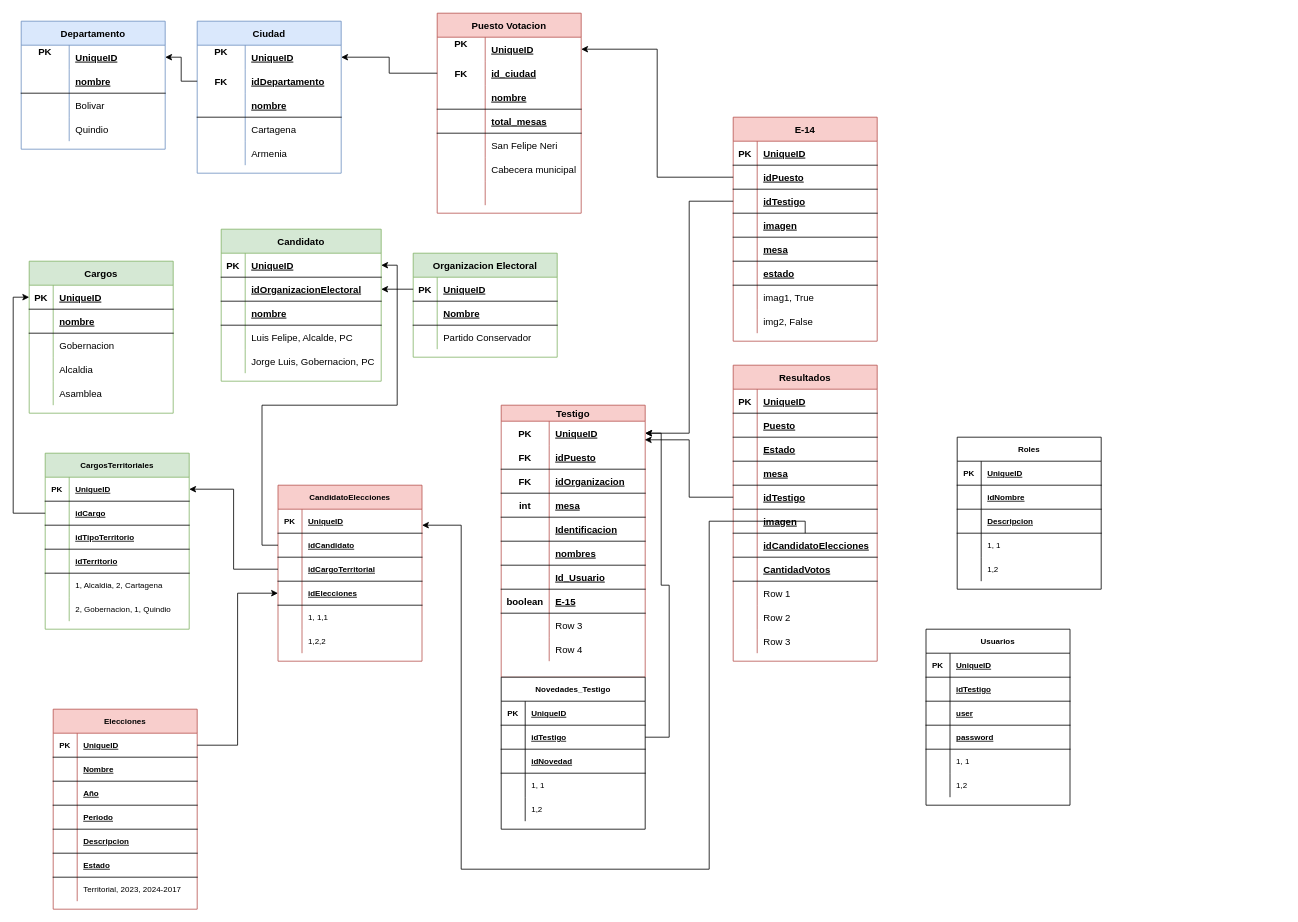
Before: page "Modelo E-R" (2 of 6) of docs/Testigos Electorales.drawio in jlchavarriaga/TestigosElectorales, a draw.io diagram. Source tidied: cells renumbered, new cells numbered last; positions are measured from the earlier drawing's top-left corner, leaving out a move shared by most shapes. Both pictures are drawn from the tidied source at 80%, with x=0, y=0 at pixel (21, 13).
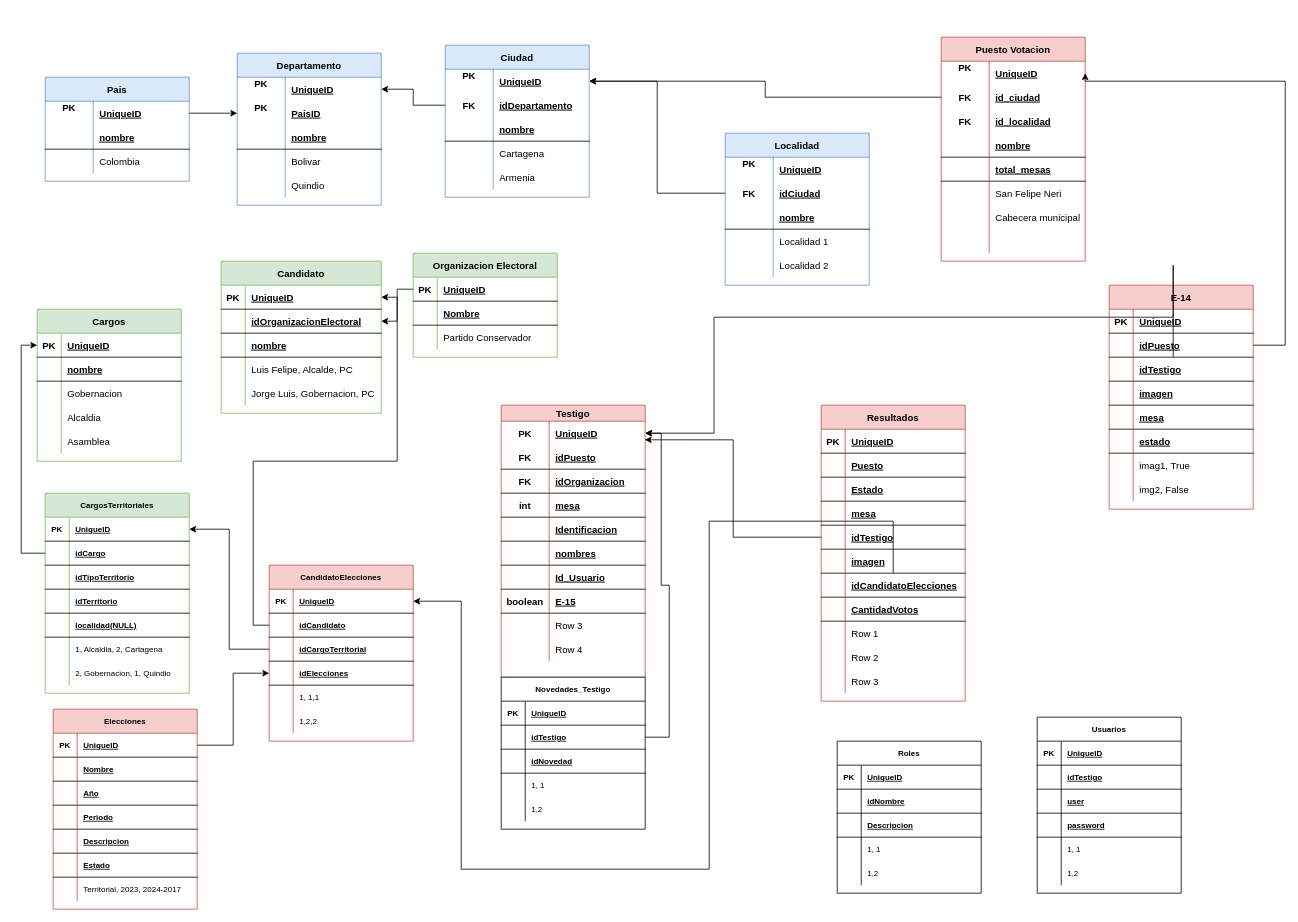
The same page after the edit.

Unchanged cells that the change refers to:
```xml
<mxCell id="26" style="shape=tableRow;horizontal=0;startSize=0;swimlaneHead=0;swimlaneBody=0;fillColor=none;points=[[0,0.5],[1,0.5]];portConstraint=eastwest;top=0;left=0;right=0;bottom=0;" parent="25" vertex="1">
  <mxGeometry y="30" width="180" height="30" as="geometry" />
</mxCell>
<mxCell id="43" style="shape=tableRow;horizontal=0;startSize=0;swimlaneHead=0;swimlaneBody=0;fillColor=none;points=[[0,0.5],[1,0.5]];portConstraint=eastwest;top=0;left=0;right=0;bottom=0;" parent="42" vertex="1">
  <mxGeometry y="30" width="180" height="30" as="geometry" />
</mxCell>
<mxCell id="69" style="shape=tableRow;horizontal=0;startSize=0;swimlaneHead=0;swimlaneBody=0;fillColor=none;points=[[0,0.5],[1,0.5]];portConstraint=eastwest;top=0;left=0;right=0;bottom=1;" parent="65" vertex="1">
  <mxGeometry y="60" width="180" height="30" as="geometry" />
</mxCell>
<mxCell id="72" style="shape=tableRow;horizontal=0;startSize=0;swimlaneHead=0;swimlaneBody=0;fillColor=none;points=[[0,0.5],[1,0.5]];portConstraint=eastwest;top=0;left=0;right=0;bottom=1;" parent="65" vertex="1">
  <mxGeometry y="90" width="180" height="30" as="geometry" />
</mxCell>
<mxCell id="124" style="shape=tableRow;horizontal=0;startSize=0;swimlaneHead=0;swimlaneBody=0;fillColor=none;points=[[0,0.5],[1,0.5]];portConstraint=eastwest;top=0;left=0;right=0;bottom=0;fontColor=#000000;" parent="123" vertex="1">
  <mxGeometry y="20" width="180" height="30" as="geometry" />
</mxCell>
```

Diff of the diagram source:
```diff
@@
     <mxCell id="12" value="Departamento" style="shape=table;startSize=30;childLayout=tableLayout;rowLines=0;fontStyle=1;align=center;fillColor=#dae8fc;strokeColor=#6c8ebf;" parent="1" vertex="1">
-      <mxGeometry y="10" width="180" height="160" as="geometry" />
+      <mxGeometry x="270" y="50" width="180" height="190" as="geometry" />
     </mxCell>
@@
+    <mxCell id="309" style="shape=tableRow;horizontal=0;startSize=0;swimlaneHead=0;swimlaneBody=0;fillColor=none;points=[[0,0.5],[1,0.5]];portConstraint=eastwest;top=0;left=0;right=0;bottom=0;" parent="12" vertex="1">
+      <mxGeometry y="60" width="180" height="30" as="geometry" />
+    </mxCell>
+    <mxCell id="310" value="PK&#10;" style="shape=partialRectangle;fillColor=none;top=0;left=0;bottom=0;right=0;fontStyle=1;overflow=hidden;" parent="309" vertex="1">
+      <mxGeometry width="60" height="30" as="geometry" />
+    </mxCell>
+    <mxCell id="311" value="PaisID" style="shape=partialRectangle;fillColor=none;top=0;left=0;bottom=0;right=0;align=left;spacingLeft=6;fontStyle=5;overflow=hidden;" parent="309" vertex="1">
+      <mxGeometry x="60" width="120" height="30" as="geometry" />
+    </mxCell>
     <mxCell id="16" style="shape=tableRow;horizontal=0;startSize=0;swimlaneHead=0;swimlaneBody=0;fillColor=none;top=0;left=0;right=0;bottom=1;" parent="12" vertex="1">
-      <mxGeometry y="60" width="180" height="30" as="geometry" />
+      <mxGeometry y="90" width="180" height="30" as="geometry" />
     </mxCell>
@@
     <mxCell id="19" style="shape=tableRow;horizontal=0;startSize=0;swimlaneHead=0;swimlaneBody=0;fillColor=none;top=0;left=0;right=0;bottom=0;" parent="12" vertex="1">
-      <mxGeometry y="90" width="180" height="30" as="geometry" />
+      <mxGeometry y="120" width="180" height="30" as="geometry" />
     </mxCell>
@@
     <mxCell id="22" style="shape=tableRow;horizontal=0;startSize=0;swimlaneHead=0;swimlaneBody=0;fillColor=none;top=0;left=0;right=0;bottom=0;" parent="12" vertex="1">
-      <mxGeometry y="120" width="180" height="30" as="geometry" />
+      <mxGeometry y="150" width="180" height="30" as="geometry" />
     </mxCell>
@@
     <mxCell id="25" value="Ciudad" style="shape=table;startSize=30;childLayout=tableLayout;rowLines=0;fontStyle=1;align=center;fillColor=#dae8fc;strokeColor=#6c8ebf;" parent="1" vertex="1">
-      <mxGeometry x="220" y="10" width="180" height="190" as="geometry" />
+      <mxGeometry x="530" y="40" width="180" height="190" as="geometry" />
     </mxCell>
@@
     <mxCell id="42" value="Puesto Votacion" style="shape=table;startSize=30;childLayout=tableLayout;rowLines=0;fontStyle=1;align=center;fillColor=#f8cecc;strokeColor=#b85450;" parent="1" vertex="1">
-      <mxGeometry x="520" width="180" height="250" as="geometry" />
+      <mxGeometry x="1150" y="30" width="180" height="280" as="geometry" />
     </mxCell>
@@
+    <mxCell id="312" style="shape=tableRow;horizontal=0;startSize=0;swimlaneHead=0;swimlaneBody=0;fillColor=none;top=0;left=0;right=0;bottom=0;" parent="42" vertex="1">
+      <mxGeometry y="90" width="180" height="30" as="geometry" />
+    </mxCell>
+    <mxCell id="313" value="FK" style="shape=partialRectangle;fillColor=none;top=0;left=0;bottom=0;right=0;fontStyle=1;overflow=hidden;" parent="312" vertex="1">
+      <mxGeometry width="60" height="30" as="geometry" />
+    </mxCell>
+    <mxCell id="314" value="id_localidad" style="shape=partialRectangle;fillColor=none;top=0;left=0;bottom=0;right=0;align=left;spacingLeft=6;fontStyle=5;overflow=hidden;" parent="312" vertex="1">
+      <mxGeometry x="60" width="120" height="30" as="geometry" />
+    </mxCell>
     <mxCell id="49" style="shape=tableRow;horizontal=0;startSize=0;swimlaneHead=0;swimlaneBody=0;fillColor=none;top=0;left=0;right=0;bottom=1;" parent="42" vertex="1">
-      <mxGeometry y="90" width="180" height="30" as="geometry" />
+      <mxGeometry y="120" width="180" height="30" as="geometry" />
     </mxCell>
@@
     <mxCell id="52" style="shape=tableRow;horizontal=0;startSize=0;swimlaneHead=0;swimlaneBody=0;fillColor=none;top=0;left=0;right=0;bottom=1;" parent="42" vertex="1">
-      <mxGeometry y="120" width="180" height="30" as="geometry" />
+      <mxGeometry y="150" width="180" height="30" as="geometry" />
     </mxCell>
@@
     <mxCell id="55" style="shape=tableRow;horizontal=0;startSize=0;swimlaneHead=0;swimlaneBody=0;fillColor=none;top=0;left=0;right=0;bottom=0;" parent="42" vertex="1">
-      <mxGeometry y="150" width="180" height="30" as="geometry" />
+      <mxGeometry y="180" width="180" height="30" as="geometry" />
     </mxCell>
@@
     <mxCell id="58" style="shape=tableRow;horizontal=0;startSize=0;swimlaneHead=0;swimlaneBody=0;fillColor=none;top=0;left=0;right=0;bottom=0;" parent="42" vertex="1">
-      <mxGeometry y="180" width="180" height="30" as="geometry" />
+      <mxGeometry y="210" width="180" height="30" as="geometry" />
     </mxCell>
@@
     <mxCell id="61" style="shape=tableRow;horizontal=0;startSize=0;swimlaneHead=0;swimlaneBody=0;fillColor=none;top=0;left=0;right=0;bottom=0;" parent="42" vertex="1">
-      <mxGeometry y="210" width="180" height="30" as="geometry" />
+      <mxGeometry y="240" width="180" height="30" as="geometry" />
     </mxCell>
@@
     <mxCell id="65" value="E-14" style="shape=table;startSize=30;childLayout=tableLayout;rowLines=0;fontStyle=1;align=center;fillColor=#f8cecc;strokeColor=#b85450;" parent="1" vertex="1">
-      <mxGeometry x="890" y="130" width="180" height="280" as="geometry" />
+      <mxGeometry x="1360" y="340" width="180" height="280" as="geometry" />
     </mxCell>
@@
     <mxCell id="90" value="Cargos" style="shape=table;startSize=30;childLayout=tableLayout;rowLines=0;fontStyle=1;align=center;fillColor=#d5e8d4;strokeColor=#82b366;" parent="1" vertex="1">
-      <mxGeometry x="10" y="310" width="180" height="190" as="geometry" />
+      <mxGeometry x="20" y="370" width="180" height="190" as="geometry" />
     </mxCell>
@@
     <mxCell id="106" value="Candidato" style="shape=table;startSize=30;childLayout=tableLayout;rowLines=0;fontStyle=1;align=center;fillColor=#d5e8d4;strokeColor=#82b366;" parent="1" vertex="1">
-      <mxGeometry x="250" y="270" width="200" height="190" as="geometry" />
+      <mxGeometry x="250" y="310" width="200" height="190" as="geometry" />
     </mxCell>
@@
     <mxCell id="154" style="edgeStyle=orthogonalEdgeStyle;rounded=0;jettySize=auto;html=1;fontColor=#000000;" parent="1" edge="1" source="72" target="124">
-      <mxGeometry relative="1" as="geometry" />
+      <mxGeometry relative="1" as="geometry">
+        <Array as="points">
+          <mxPoint x="1440" y="315" />
+          <mxPoint x="1440" y="380" />
+          <mxPoint x="866" y="380" />
+          <mxPoint x="866" y="525" />
+        </Array>
+      </mxGeometry>
     </mxCell>
     <mxCell id="155" style="edgeStyle=orthogonalEdgeStyle;rounded=0;jettySize=auto;html=1;entryX=1;entryY=0.5;entryDx=0;entryDy=0;fontColor=#000000;" parent="1" edge="1" source="69" target="43">
-      <mxGeometry relative="1" as="geometry" />
+      <mxGeometry relative="1" as="geometry">
+        <Array as="points">
+          <mxPoint x="1580" y="415" />
+          <mxPoint x="1580" y="85" />
+        </Array>
+      </mxGeometry>
     </mxCell>
     <mxCell id="156" value="Resultados" style="shape=table;startSize=30;childLayout=tableLayout;rowLines=0;fontStyle=1;align=center;fillColor=#f8cecc;strokeColor=#b85450;" parent="1" vertex="1">
-      <mxGeometry x="890" y="440" width="180" height="370" as="geometry" />
+      <mxGeometry x="1000" y="490" width="180" height="370" as="geometry" />
     </mxCell>
@@
     <mxCell id="191" value="CargosTerritoriales" style="shape=table;startSize=30;childLayout=tableLayout;rowLines=0;fontStyle=1;align=center;fontSize=10;fillColor=#d5e8d4;strokeColor=#82b366;" parent="1" vertex="1">
-      <mxGeometry x="30" y="550" width="180" height="220" as="geometry" />
+      <mxGeometry x="30" y="600" width="180" height="250" as="geometry" />
     </mxCell>
@@
+    <mxCell id="315" style="shape=tableRow;horizontal=0;startSize=0;swimlaneHead=0;swimlaneBody=0;fillColor=none;top=0;left=0;right=0;bottom=1;fontSize=10;fontColor=#000000;" parent="191" vertex="1">
+      <mxGeometry y="150" width="180" height="30" as="geometry" />
+    </mxCell>
+    <mxCell id="316" style="shape=partialRectangle;fillColor=none;top=0;left=0;bottom=0;right=0;fontStyle=1;overflow=hidden;fontSize=10;fontColor=#000000;" parent="315" vertex="1">
+      <mxGeometry width="30" height="30" as="geometry" />
+    </mxCell>
+    <mxCell id="317" value="localidad(NULL)" style="shape=partialRectangle;fillColor=none;top=0;left=0;bottom=0;right=0;align=left;spacingLeft=6;fontStyle=5;overflow=hidden;fontSize=10;fontColor=#000000;" parent="315" vertex="1">
+      <mxGeometry x="30" width="150" height="30" as="geometry" />
+    </mxCell>
     <mxCell id="204" style="shape=tableRow;horizontal=0;startSize=0;swimlaneHead=0;swimlaneBody=0;fillColor=none;top=0;left=0;right=0;bottom=0;fontSize=10;fontColor=#000000;" parent="191" vertex="1">
-      <mxGeometry y="150" width="180" height="30" as="geometry" />
+      <mxGeometry y="180" width="180" height="30" as="geometry" />
     </mxCell>
@@
     <mxCell id="207" style="shape=tableRow;horizontal=0;startSize=0;swimlaneHead=0;swimlaneBody=0;fillColor=none;top=0;left=0;right=0;bottom=0;fontSize=10;fontColor=#000000;" parent="191" vertex="1">
-      <mxGeometry y="180" width="180" height="30" as="geometry" />
+      <mxGeometry y="210" width="180" height="30" as="geometry" />
     </mxCell>
@@
     <mxCell id="210" value="CandidatoElecciones" style="shape=table;startSize=30;childLayout=tableLayout;rowLines=0;fontStyle=1;align=center;fontSize=10;fillColor=#f8cecc;strokeColor=#b85450;" parent="1" vertex="1">
-      <mxGeometry x="321" y="590" width="180" height="220" as="geometry" />
+      <mxGeometry x="310" y="690" width="180" height="220" as="geometry" />
     </mxCell>
@@
     <mxCell id="251" value="Usuarios" style="shape=table;startSize=30;childLayout=tableLayout;rowLines=0;fontStyle=1;align=center;fontSize=10;fontColor=#000000;" parent="1" vertex="1">
-      <mxGeometry x="1131" y="770" width="180" height="220" as="geometry" />
+      <mxGeometry x="1270" y="880" width="180" height="220" as="geometry" />
     </mxCell>
@@
     <mxCell id="270" value="Roles" style="shape=table;startSize=30;childLayout=tableLayout;rowLines=0;fontStyle=1;align=center;fontSize=10;fontColor=#000000;" parent="1" vertex="1">
-      <mxGeometry x="1170" y="530" width="180" height="190" as="geometry" />
+      <mxGeometry x="1020" y="910" width="180" height="190" as="geometry" />
     </mxCell>
@@
+    <mxCell id="318" value="Pais" style="shape=table;startSize=30;childLayout=tableLayout;rowLines=0;fontStyle=1;align=center;fillColor=#dae8fc;strokeColor=#6c8ebf;" parent="1" vertex="1">
+      <mxGeometry x="30" y="80" width="180" height="130" as="geometry" />
+    </mxCell>
+    <mxCell id="319" style="shape=tableRow;horizontal=0;startSize=0;swimlaneHead=0;swimlaneBody=0;fillColor=none;points=[[0,0.5],[1,0.5]];portConstraint=eastwest;top=0;left=0;right=0;bottom=0;" parent="318" vertex="1">
+      <mxGeometry y="30" width="180" height="30" as="geometry" />
+    </mxCell>
+    <mxCell id="320" value="PK&#10;" style="shape=partialRectangle;fillColor=none;top=0;left=0;bottom=0;right=0;fontStyle=1;overflow=hidden;" parent="319" vertex="1">
+      <mxGeometry width="60" height="30" as="geometry" />
+    </mxCell>
+    <mxCell id="321" value="UniqueID" style="shape=partialRectangle;fillColor=none;top=0;left=0;bottom=0;right=0;align=left;spacingLeft=6;fontStyle=5;overflow=hidden;" parent="319" vertex="1">
+      <mxGeometry x="60" width="120" height="30" as="geometry" />
+    </mxCell>
+    <mxCell id="322" style="shape=tableRow;horizontal=0;startSize=0;swimlaneHead=0;swimlaneBody=0;fillColor=none;top=0;left=0;right=0;bottom=1;" parent="318" vertex="1">
+      <mxGeometry y="60" width="180" height="30" as="geometry" />
+    </mxCell>
+    <mxCell id="323" style="shape=partialRectangle;fillColor=none;top=0;left=0;bottom=0;right=0;fontStyle=1;overflow=hidden;" parent="322" vertex="1">
+      <mxGeometry width="60" height="30" as="geometry" />
+    </mxCell>
+    <mxCell id="324" value="nombre" style="shape=partialRectangle;fillColor=none;top=0;left=0;bottom=0;right=0;align=left;spacingLeft=6;fontStyle=5;overflow=hidden;" parent="322" vertex="1">
+      <mxGeometry x="60" width="120" height="30" as="geometry" />
+    </mxCell>
+    <mxCell id="325" style="shape=tableRow;horizontal=0;startSize=0;swimlaneHead=0;swimlaneBody=0;fillColor=none;top=0;left=0;right=0;bottom=0;" parent="318" vertex="1">
+      <mxGeometry y="90" width="180" height="30" as="geometry" />
+    </mxCell>
+    <mxCell id="326" style="shape=partialRectangle;fillColor=none;top=0;left=0;bottom=0;right=0;overflow=hidden;" parent="325" vertex="1">
+      <mxGeometry width="60" height="30" as="geometry" />
+    </mxCell>
+    <mxCell id="327" value="Colombia" style="shape=partialRectangle;fillColor=none;top=0;left=0;bottom=0;right=0;align=left;spacingLeft=6;overflow=hidden;" parent="325" vertex="1">
+      <mxGeometry x="60" width="120" height="30" as="geometry" />
+    </mxCell>
+    <mxCell id="328" style="edgeStyle=orthogonalEdgeStyle;rounded=0;jettySize=auto;html=1;entryX=0;entryY=0.5;entryDx=0;entryDy=0;" parent="1" edge="1" source="319" target="309">
+      <mxGeometry relative="1" as="geometry" />
+    </mxCell>
+    <mxCell id="329" value="Localidad" style="shape=table;startSize=30;childLayout=tableLayout;rowLines=0;fontStyle=1;align=center;fillColor=#dae8fc;strokeColor=#6c8ebf;" parent="1" vertex="1">
+      <mxGeometry x="880" y="150" width="180" height="190" as="geometry" />
+    </mxCell>
+    <mxCell id="330" style="shape=tableRow;horizontal=0;startSize=0;swimlaneHead=0;swimlaneBody=0;fillColor=none;top=0;left=0;right=0;bottom=0;" parent="329" vertex="1">
+      <mxGeometry y="30" width="180" height="30" as="geometry" />
+    </mxCell>
+    <mxCell id="331" value="PK&#10;" style="shape=partialRectangle;fillColor=none;top=0;left=0;bottom=0;right=0;fontStyle=1;overflow=hidden;" parent="330" vertex="1">
+      <mxGeometry width="60" height="30" as="geometry" />
+    </mxCell>
+    <mxCell id="332" value="UniqueID" style="shape=partialRectangle;fillColor=none;top=0;left=0;bottom=0;right=0;align=left;spacingLeft=6;fontStyle=5;overflow=hidden;" parent="330" vertex="1">
+      <mxGeometry x="60" width="120" height="30" as="geometry" />
+    </mxCell>
+    <mxCell id="333" style="shape=tableRow;horizontal=0;startSize=0;swimlaneHead=0;swimlaneBody=0;fillColor=none;points=[[0,0.5],[1,0.5]];portConstraint=eastwest;top=0;left=0;right=0;bottom=0;" parent="329" vertex="1">
+      <mxGeometry y="60" width="180" height="30" as="geometry" />
+    </mxCell>
+    <mxCell id="334" value="FK" style="shape=partialRectangle;fillColor=none;top=0;left=0;bottom=0;right=0;fontStyle=1;overflow=hidden;" parent="333" vertex="1">
+      <mxGeometry width="60" height="30" as="geometry" />
+    </mxCell>
+    <mxCell id="335" value="idCiudad" style="shape=partialRectangle;fillColor=none;top=0;left=0;bottom=0;right=0;align=left;spacingLeft=6;fontStyle=5;overflow=hidden;" parent="333" vertex="1">
+      <mxGeometry x="60" width="120" height="30" as="geometry" />
+    </mxCell>
+    <mxCell id="336" style="shape=tableRow;horizontal=0;startSize=0;swimlaneHead=0;swimlaneBody=0;fillColor=none;top=0;left=0;right=0;bottom=1;" parent="329" vertex="1">
+      <mxGeometry y="90" width="180" height="30" as="geometry" />
+    </mxCell>
+    <mxCell id="337" style="shape=partialRectangle;fillColor=none;top=0;left=0;bottom=0;right=0;fontStyle=1;overflow=hidden;" parent="336" vertex="1">
+      <mxGeometry width="60" height="30" as="geometry" />
+    </mxCell>
+    <mxCell id="338" value="nombre" style="shape=partialRectangle;fillColor=none;top=0;left=0;bottom=0;right=0;align=left;spacingLeft=6;fontStyle=5;overflow=hidden;" parent="336" vertex="1">
+      <mxGeometry x="60" width="120" height="30" as="geometry" />
+    </mxCell>
+    <mxCell id="339" style="shape=tableRow;horizontal=0;startSize=0;swimlaneHead=0;swimlaneBody=0;fillColor=none;top=0;left=0;right=0;bottom=0;" parent="329" vertex="1">
+      <mxGeometry y="120" width="180" height="30" as="geometry" />
+    </mxCell>
+    <mxCell id="340" style="shape=partialRectangle;fillColor=none;top=0;left=0;bottom=0;right=0;overflow=hidden;" parent="339" vertex="1">
+      <mxGeometry width="60" height="30" as="geometry" />
+    </mxCell>
+    <mxCell id="341" value="Localidad 1" style="shape=partialRectangle;fillColor=none;top=0;left=0;bottom=0;right=0;align=left;spacingLeft=6;overflow=hidden;" parent="339" vertex="1">
+      <mxGeometry x="60" width="120" height="30" as="geometry" />
+    </mxCell>
+    <mxCell id="342" style="shape=tableRow;horizontal=0;startSize=0;swimlaneHead=0;swimlaneBody=0;fillColor=none;top=0;left=0;right=0;bottom=0;" parent="329" vertex="1">
+      <mxGeometry y="150" width="180" height="30" as="geometry" />
+    </mxCell>
+    <mxCell id="343" style="shape=partialRectangle;fillColor=none;top=0;left=0;bottom=0;right=0;overflow=hidden;" parent="342" vertex="1">
+      <mxGeometry width="60" height="30" as="geometry" />
+    </mxCell>
+    <mxCell id="344" value="Localidad 2" style="shape=partialRectangle;fillColor=none;top=0;left=0;bottom=0;right=0;align=left;spacingLeft=6;overflow=hidden;" parent="342" vertex="1">
+      <mxGeometry x="60" width="120" height="30" as="geometry" />
+    </mxCell>
+    <mxCell id="345" style="edgeStyle=orthogonalEdgeStyle;rounded=0;jettySize=auto;html=1;" parent="1" edge="1" source="333" target="26">
+      <mxGeometry relative="1" as="geometry" />
+    </mxCell>
```
